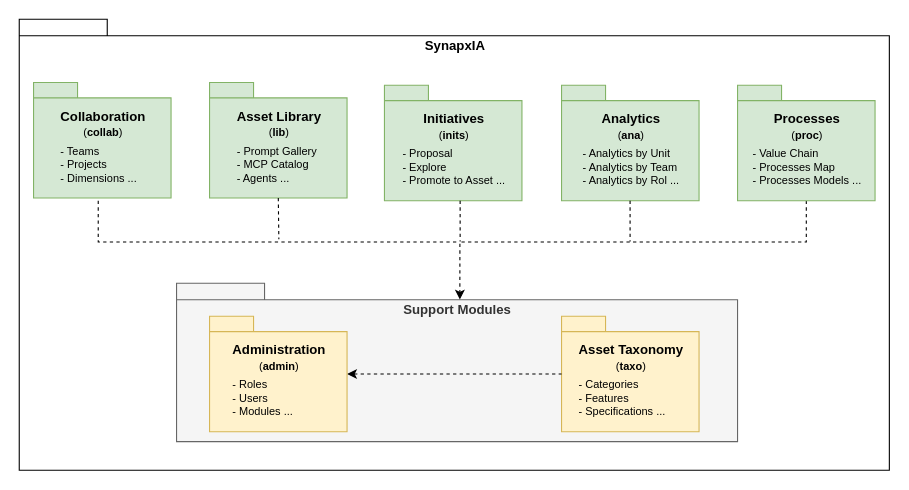
Earlier version of the draw.io diagram page "SynapxIA" (1 of 7) of docs/models.drawio (abc-flex/synapxia). Source tidied: cells renumbered, new cells numbered last; positions are measured from the earlier drawing's top-left corner, leaving out a move shared by most shapes. Both pictures are drawn from the tidied source at 110%, with x=0, y=0 at pixel (19, 19).
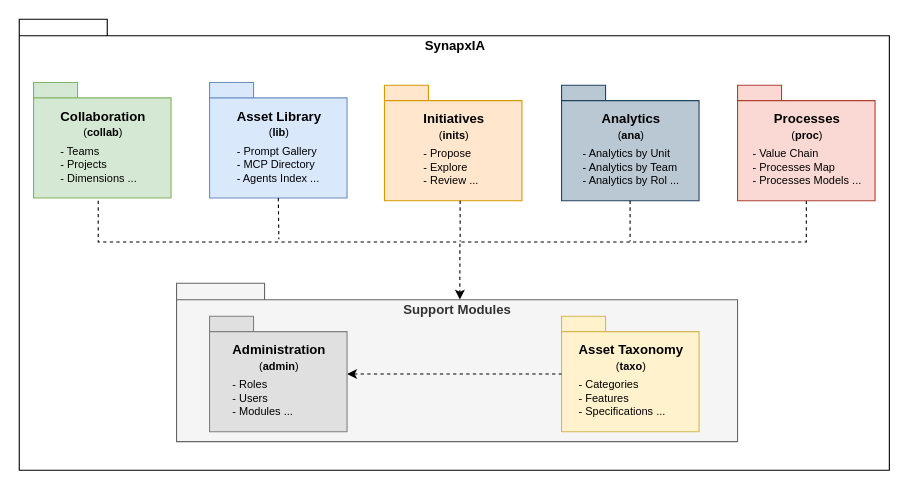
After the change.

Commit message (it also covers changes not shown here):
chore(db): modification of data models and email length

What changed in the source:
```diff
@@
-    <mxCell id="5" value="Asset Library&lt;br&gt;&lt;font style=&quot;font-size: 10px;&quot;&gt;&lt;span style=&quot;font-weight: normal;&quot;&gt;(&lt;/span&gt;lib&lt;/font&gt;&lt;font style=&quot;font-size: 10px;&quot;&gt;&lt;span style=&quot;font-weight: 400;&quot;&gt;)&lt;/span&gt;&lt;br&gt;&lt;div style=&quot;text-align: left; font-size: 4px;&quot;&gt;&lt;span style=&quot;font-weight: 400;&quot;&gt;&lt;br&gt;&lt;/span&gt;&lt;/div&gt;&lt;div style=&quot;text-align: left;&quot;&gt;&lt;span style=&quot;font-weight: 400;&quot;&gt;-&amp;nbsp;&lt;/span&gt;&lt;span style=&quot;font-weight: 400; background-color: transparent; color: light-dark(rgb(0, 0, 0), rgb(255, 255, 255));&quot;&gt;Prompt Gallery&lt;/span&gt;&lt;/div&gt;&lt;div style=&quot;text-align: left;&quot;&gt;&lt;span style=&quot;font-weight: 400;&quot;&gt;-&amp;nbsp;&lt;/span&gt;&lt;span style=&quot;font-weight: 400; background-color: transparent; color: light-dark(rgb(0, 0, 0), rgb(255, 255, 255));&quot;&gt;MCP Catalog&lt;/span&gt;&lt;/div&gt;&lt;div style=&quot;text-align: left;&quot;&gt;&lt;span style=&quot;font-weight: 400; background-color: transparent; color: light-dark(rgb(0, 0, 0), rgb(255, 255, 255));&quot;&gt;- Agents ...&lt;/span&gt;&lt;/div&gt;&lt;/font&gt;" style="shape=folder;fontStyle=1;spacingTop=12;tabWidth=40;tabHeight=14;tabPosition=left;html=1;fillColor=#d5e8d4;strokeColor=#82b366;" parent="1" vertex="1">
+    <mxCell id="5" value="Asset Library&lt;br&gt;&lt;font style=&quot;font-size: 10px;&quot;&gt;&lt;span style=&quot;font-weight: normal;&quot;&gt;(&lt;/span&gt;lib&lt;/font&gt;&lt;font style=&quot;font-size: 10px;&quot;&gt;&lt;span style=&quot;font-weight: 400;&quot;&gt;)&lt;/span&gt;&lt;br&gt;&lt;div style=&quot;text-align: left; font-size: 4px;&quot;&gt;&lt;span style=&quot;font-weight: 400;&quot;&gt;&lt;br&gt;&lt;/span&gt;&lt;/div&gt;&lt;div style=&quot;text-align: left;&quot;&gt;&lt;span style=&quot;font-weight: 400;&quot;&gt;-&amp;nbsp;&lt;/span&gt;&lt;span style=&quot;font-weight: 400; background-color: transparent; color: light-dark(rgb(0, 0, 0), rgb(255, 255, 255));&quot;&gt;Prompt Gallery&lt;/span&gt;&lt;/div&gt;&lt;div style=&quot;text-align: left;&quot;&gt;&lt;span style=&quot;font-weight: 400;&quot;&gt;-&amp;nbsp;&lt;/span&gt;&lt;span style=&quot;font-weight: 400; background-color: transparent; color: light-dark(rgb(0, 0, 0), rgb(255, 255, 255));&quot;&gt;MCP Directory&lt;/span&gt;&lt;/div&gt;&lt;div style=&quot;text-align: left;&quot;&gt;&lt;span style=&quot;font-weight: 400; background-color: transparent; color: light-dark(rgb(0, 0, 0), rgb(255, 255, 255));&quot;&gt;- Agents Index ...&lt;/span&gt;&lt;/div&gt;&lt;/font&gt;" style="shape=folder;fontStyle=1;spacingTop=12;tabWidth=40;tabHeight=14;tabPosition=left;html=1;fillColor=#dae8fc;strokeColor=#6c8ebf;" parent="1" vertex="1">
       <mxGeometry x="173" y="57.5" width="125" height="105" as="geometry" />
     </mxCell>
-    <mxCell id="6" value="Initiatives&lt;br&gt;&lt;font style=&quot;font-size: 10px;&quot;&gt;&lt;span style=&quot;font-weight: normal;&quot;&gt;(&lt;/span&gt;inits&lt;/font&gt;&lt;font style=&quot;font-size: 10px;&quot;&gt;&lt;span style=&quot;font-weight: 400;&quot;&gt;)&lt;/span&gt;&lt;br&gt;&lt;div style=&quot;text-align: left; font-size: 4px;&quot;&gt;&lt;span style=&quot;font-weight: 400;&quot;&gt;&lt;br&gt;&lt;/span&gt;&lt;/div&gt;&lt;div style=&quot;text-align: left;&quot;&gt;&lt;span style=&quot;font-weight: 400;&quot;&gt;-&amp;nbsp;&lt;/span&gt;&lt;span style=&quot;font-weight: 400; background-color: transparent; color: light-dark(rgb(0, 0, 0), rgb(255, 255, 255));&quot;&gt;Proposal&lt;/span&gt;&lt;/div&gt;&lt;div style=&quot;text-align: left;&quot;&gt;&lt;span style=&quot;font-weight: 400;&quot;&gt;-&amp;nbsp;&lt;/span&gt;&lt;span style=&quot;font-weight: 400; background-color: transparent; color: light-dark(rgb(0, 0, 0), rgb(255, 255, 255));&quot;&gt;Explore&lt;/span&gt;&lt;/div&gt;&lt;div style=&quot;text-align: left;&quot;&gt;&lt;span style=&quot;font-weight: 400; background-color: transparent; color: light-dark(rgb(0, 0, 0), rgb(255, 255, 255));&quot;&gt;- Promote to Asset ...&lt;/span&gt;&lt;/div&gt;&lt;/font&gt;" style="shape=folder;fontStyle=1;spacingTop=10;tabWidth=40;tabHeight=14;tabPosition=left;html=1;fillColor=#d5e8d4;strokeColor=#82b366;align=center;verticalAlign=middle;fontFamily=Helvetica;fontSize=12;fontColor=default;" parent="1" vertex="1">
+    <mxCell id="6" value="Initiatives&lt;br&gt;&lt;font style=&quot;font-size: 10px;&quot;&gt;&lt;span style=&quot;font-weight: normal;&quot;&gt;(&lt;/span&gt;inits&lt;/font&gt;&lt;font style=&quot;font-size: 10px;&quot;&gt;&lt;span style=&quot;font-weight: 400;&quot;&gt;)&lt;/span&gt;&lt;br&gt;&lt;div style=&quot;text-align: left; font-size: 4px;&quot;&gt;&lt;span style=&quot;font-weight: 400;&quot;&gt;&lt;br&gt;&lt;/span&gt;&lt;/div&gt;&lt;div style=&quot;text-align: left;&quot;&gt;&lt;span style=&quot;font-weight: 400;&quot;&gt;-&amp;nbsp;&lt;/span&gt;&lt;span style=&quot;font-weight: 400; background-color: transparent; color: light-dark(rgb(0, 0, 0), rgb(255, 255, 255));&quot;&gt;Propose&lt;/span&gt;&lt;/div&gt;&lt;div style=&quot;text-align: left;&quot;&gt;&lt;span style=&quot;font-weight: 400;&quot;&gt;-&amp;nbsp;&lt;/span&gt;&lt;span style=&quot;font-weight: 400; background-color: transparent; color: light-dark(rgb(0, 0, 0), rgb(255, 255, 255));&quot;&gt;Explore&lt;/span&gt;&lt;/div&gt;&lt;div style=&quot;text-align: left;&quot;&gt;&lt;span style=&quot;font-weight: 400; background-color: transparent; color: light-dark(rgb(0, 0, 0), rgb(255, 255, 255));&quot;&gt;- Review ...&lt;/span&gt;&lt;/div&gt;&lt;/font&gt;" style="shape=folder;fontStyle=1;spacingTop=10;tabWidth=40;tabHeight=14;tabPosition=left;html=1;fillColor=#ffe6cc;strokeColor=#d79b00;align=center;verticalAlign=middle;fontFamily=Helvetica;fontSize=12;" parent="1" vertex="1">
       <mxGeometry x="332" y="60" width="125" height="105" as="geometry" />
     </mxCell>
-    <mxCell id="7" value="Analytics&lt;br style=&quot;border-color: var(--border-color);&quot;&gt;&lt;font style=&quot;border-color: var(--border-color); font-size: 10px;&quot;&gt;&lt;span style=&quot;font-weight: normal;&quot;&gt;(&lt;/span&gt;&lt;/font&gt;&lt;font style=&quot;border-color: var(--border-color); font-size: 4px;&quot;&gt;&lt;span style=&quot;border-color: var(--border-color); font-size: 10px;&quot;&gt;ana&lt;/span&gt;&lt;span style=&quot;border-color: var(--border-color); font-size: 10px; font-weight: normal;&quot;&gt;)&lt;/span&gt;&lt;br style=&quot;border-color: var(--border-color);&quot;&gt;&lt;div style=&quot;border-color: var(--border-color); text-align: left;&quot;&gt;&lt;span style=&quot;border-color: var(--border-color); font-weight: 400;&quot;&gt;&lt;br style=&quot;border-color: var(--border-color);&quot;&gt;&lt;/span&gt;&lt;/div&gt;&lt;div style=&quot;border-color: var(--border-color); text-align: left;&quot;&gt;&lt;span style=&quot;border-color: var(--border-color); font-size: 10px; font-weight: normal; background-color: initial;&quot;&gt;- Analytics by Unit&lt;/span&gt;&lt;br style=&quot;border-color: var(--border-color);&quot;&gt;&lt;/div&gt;&lt;/font&gt;&lt;div style=&quot;border-color: var(--border-color); text-align: left; font-size: 10px;&quot;&gt;&lt;font style=&quot;border-color: var(--border-color); font-weight: normal;&quot;&gt;- &lt;/font&gt;&lt;span style=&quot;font-weight: 400; background-color: transparent; color: light-dark(rgb(0, 0, 0), rgb(255, 255, 255));&quot;&gt;Analytics by Team&lt;/span&gt;&lt;/div&gt;&lt;div style=&quot;border-color: var(--border-color); text-align: left; font-size: 10px;&quot;&gt;&lt;font style=&quot;border-color: var(--border-color); font-weight: normal;&quot;&gt;- Analytics by Rol ...&lt;/font&gt;&lt;/div&gt;" style="shape=folder;fontStyle=1;spacingTop=10;tabWidth=40;tabHeight=14;tabPosition=left;html=1;fillColor=#d5e8d4;strokeColor=#82b366;" parent="1" vertex="1">
+    <mxCell id="7" value="Analytics&lt;br style=&quot;border-color: var(--border-color);&quot;&gt;&lt;font style=&quot;border-color: var(--border-color); font-size: 10px;&quot;&gt;&lt;span style=&quot;font-weight: normal;&quot;&gt;(&lt;/span&gt;&lt;/font&gt;&lt;font style=&quot;border-color: var(--border-color); font-size: 4px;&quot;&gt;&lt;span style=&quot;border-color: var(--border-color); font-size: 10px;&quot;&gt;ana&lt;/span&gt;&lt;span style=&quot;border-color: var(--border-color); font-size: 10px; font-weight: normal;&quot;&gt;)&lt;/span&gt;&lt;br style=&quot;border-color: var(--border-color);&quot;&gt;&lt;div style=&quot;border-color: var(--border-color); text-align: left;&quot;&gt;&lt;span style=&quot;border-color: var(--border-color); font-weight: 400;&quot;&gt;&lt;br style=&quot;border-color: var(--border-color);&quot;&gt;&lt;/span&gt;&lt;/div&gt;&lt;div style=&quot;border-color: var(--border-color); text-align: left;&quot;&gt;&lt;span style=&quot;border-color: var(--border-color); font-size: 10px; font-weight: normal; background-color: initial;&quot;&gt;- Analytics by Unit&lt;/span&gt;&lt;br style=&quot;border-color: var(--border-color);&quot;&gt;&lt;/div&gt;&lt;/font&gt;&lt;div style=&quot;border-color: var(--border-color); text-align: left; font-size: 10px;&quot;&gt;&lt;font style=&quot;border-color: var(--border-color); font-weight: normal;&quot;&gt;- &lt;/font&gt;&lt;span style=&quot;font-weight: 400; background-color: transparent; color: light-dark(rgb(0, 0, 0), rgb(255, 255, 255));&quot;&gt;Analytics by Team&lt;/span&gt;&lt;/div&gt;&lt;div style=&quot;border-color: var(--border-color); text-align: left; font-size: 10px;&quot;&gt;&lt;font style=&quot;border-color: var(--border-color); font-weight: normal;&quot;&gt;- Analytics by Rol ...&lt;/font&gt;&lt;/div&gt;" style="shape=folder;fontStyle=1;spacingTop=10;tabWidth=40;tabHeight=14;tabPosition=left;html=1;fillColor=#bac8d3;strokeColor=#23445d;" parent="1" vertex="1">
       <mxGeometry x="493" y="60" width="125" height="105" as="geometry" />
     </mxCell>
@@
-    <mxCell id="10" value="Processes&lt;br style=&quot;border-color: var(--border-color);&quot;&gt;&lt;font style=&quot;border-color: var(--border-color); font-size: 10px;&quot;&gt;&lt;span style=&quot;font-weight: normal;&quot;&gt;(&lt;/span&gt;&lt;span style=&quot;border-color: var(--border-color);&quot;&gt;proc&lt;/span&gt;&lt;/font&gt;&lt;font style=&quot;border-color: var(--border-color); font-weight: normal;&quot;&gt;&lt;font style=&quot;font-size: 10px;&quot;&gt;)&lt;/font&gt;&lt;br style=&quot;border-color: var(--border-color);&quot;&gt;&lt;/font&gt;&lt;div style=&quot;border-color: var(--border-color); text-align: left; font-size: 4px;&quot;&gt;&lt;font style=&quot;border-color: var(--border-color);&quot;&gt;&lt;br style=&quot;border-color: var(--border-color);&quot;&gt;&lt;/font&gt;&lt;/div&gt;&lt;div style=&quot;border-color: var(--border-color); text-align: left; font-size: 4px;&quot;&gt;&lt;span style=&quot;border-color: var(--border-color); font-weight: normal;&quot;&gt;&lt;font style=&quot;border-color: var(--border-color); font-size: 10px;&quot;&gt;- Value Chain&lt;/font&gt;&lt;/span&gt;&lt;/div&gt;&lt;div style=&quot;border-color: var(--border-color); text-align: left; font-size: 10px;&quot;&gt;&lt;span style=&quot;border-color: var(--border-color); font-weight: normal;&quot;&gt;- Processes Map&lt;/span&gt;&lt;/div&gt;&lt;div style=&quot;border-color: var(--border-color); text-align: left; font-size: 10px;&quot;&gt;&lt;span style=&quot;font-weight: 400;&quot;&gt;-&amp;nbsp;&lt;/span&gt;&lt;span style=&quot;font-weight: 400; background-color: transparent; color: light-dark(rgb(0, 0, 0), rgb(255, 255, 255));&quot;&gt;Processes Models&amp;nbsp;&lt;/span&gt;&lt;span style=&quot;font-weight: 400; background-color: transparent; color: light-dark(rgb(0, 0, 0), rgb(255, 255, 255));&quot;&gt;...&lt;/span&gt;&lt;/div&gt;" style="shape=folder;fontStyle=1;spacingTop=10;tabWidth=40;tabHeight=14;tabPosition=left;html=1;fillColor=#d5e8d4;strokeColor=#82b366;" parent="1" vertex="1">
+    <mxCell id="10" value="Processes&lt;br style=&quot;border-color: var(--border-color);&quot;&gt;&lt;font style=&quot;border-color: var(--border-color); font-size: 10px;&quot;&gt;&lt;span style=&quot;font-weight: normal;&quot;&gt;(&lt;/span&gt;&lt;span style=&quot;border-color: var(--border-color);&quot;&gt;proc&lt;/span&gt;&lt;/font&gt;&lt;font style=&quot;border-color: var(--border-color); font-weight: normal;&quot;&gt;&lt;font style=&quot;font-size: 10px;&quot;&gt;)&lt;/font&gt;&lt;br style=&quot;border-color: var(--border-color);&quot;&gt;&lt;/font&gt;&lt;div style=&quot;border-color: var(--border-color); text-align: left; font-size: 4px;&quot;&gt;&lt;font style=&quot;border-color: var(--border-color);&quot;&gt;&lt;br style=&quot;border-color: var(--border-color);&quot;&gt;&lt;/font&gt;&lt;/div&gt;&lt;div style=&quot;border-color: var(--border-color); text-align: left; font-size: 4px;&quot;&gt;&lt;span style=&quot;border-color: var(--border-color); font-weight: normal;&quot;&gt;&lt;font style=&quot;border-color: var(--border-color); font-size: 10px;&quot;&gt;- Value Chain&lt;/font&gt;&lt;/span&gt;&lt;/div&gt;&lt;div style=&quot;border-color: var(--border-color); text-align: left; font-size: 10px;&quot;&gt;&lt;span style=&quot;border-color: var(--border-color); font-weight: normal;&quot;&gt;- Processes Map&lt;/span&gt;&lt;/div&gt;&lt;div style=&quot;border-color: var(--border-color); text-align: left; font-size: 10px;&quot;&gt;&lt;span style=&quot;font-weight: 400;&quot;&gt;-&amp;nbsp;&lt;/span&gt;&lt;span style=&quot;font-weight: 400; background-color: transparent; color: light-dark(rgb(0, 0, 0), rgb(255, 255, 255));&quot;&gt;Processes Models&amp;nbsp;&lt;/span&gt;&lt;span style=&quot;font-weight: 400; background-color: transparent; color: light-dark(rgb(0, 0, 0), rgb(255, 255, 255));&quot;&gt;...&lt;/span&gt;&lt;/div&gt;" style="shape=folder;fontStyle=1;spacingTop=10;tabWidth=40;tabHeight=14;tabPosition=left;html=1;fillColor=#fad9d5;strokeColor=#ae4132;" parent="1" vertex="1">
       <mxGeometry x="653" y="60" width="125" height="105" as="geometry" />
     </mxCell>
@@
-    <mxCell id="12" value="Administration&lt;br style=&quot;border-color: rgb(218, 218, 218);&quot;&gt;&lt;font style=&quot;border-color: rgb(218, 218, 218); font-size: 10px;&quot;&gt;&lt;span style=&quot;font-weight: normal;&quot;&gt;(&lt;/span&gt;admin&lt;/font&gt;&lt;span style=&quot;border-color: rgb(218, 218, 218); font-size: 4px;&quot;&gt;&lt;span style=&quot;font-size: 10px; font-weight: normal;&quot;&gt;)&lt;/span&gt;&lt;br&gt;&lt;div style=&quot;font-weight: normal; text-align: left;&quot;&gt;&lt;br&gt;&lt;/div&gt;&lt;div style=&quot;font-size: 10px; font-weight: normal; text-align: left;&quot;&gt;- Roles&lt;/div&gt;&lt;div style=&quot;font-size: 10px; font-weight: normal; text-align: left;&quot;&gt;- Users&lt;/div&gt;&lt;div style=&quot;font-size: 10px; font-weight: normal; text-align: left;&quot;&gt;&lt;span style=&quot;background-color: transparent; color: light-dark(rgb(0, 0, 0), rgb(255, 255, 255));&quot;&gt;- Modules ...&lt;/span&gt;&lt;/div&gt;&lt;/span&gt;" style="shape=folder;fontStyle=1;spacingTop=10;tabWidth=40;tabHeight=14;tabPosition=left;html=1;fillColor=#fff2cc;strokeColor=#d6b656;" parent="1" vertex="1">
+    <mxCell id="12" value="Administration&lt;br style=&quot;border-color: rgb(218, 218, 218);&quot;&gt;&lt;font style=&quot;border-color: rgb(218, 218, 218); font-size: 10px;&quot;&gt;&lt;span style=&quot;font-weight: normal;&quot;&gt;(&lt;/span&gt;admin&lt;/font&gt;&lt;span style=&quot;border-color: rgb(218, 218, 218); font-size: 4px;&quot;&gt;&lt;span style=&quot;font-size: 10px; font-weight: normal;&quot;&gt;)&lt;/span&gt;&lt;br&gt;&lt;div style=&quot;font-weight: normal; text-align: left;&quot;&gt;&lt;br&gt;&lt;/div&gt;&lt;div style=&quot;font-size: 10px; font-weight: normal; text-align: left;&quot;&gt;- Roles&lt;/div&gt;&lt;div style=&quot;font-size: 10px; font-weight: normal; text-align: left;&quot;&gt;- Users&lt;/div&gt;&lt;div style=&quot;font-size: 10px; font-weight: normal; text-align: left;&quot;&gt;&lt;span style=&quot;background-color: transparent; color: light-dark(rgb(0, 0, 0), rgb(255, 255, 255));&quot;&gt;- Modules ...&lt;/span&gt;&lt;/div&gt;&lt;/span&gt;" style="shape=folder;fontStyle=1;spacingTop=10;tabWidth=40;tabHeight=14;tabPosition=left;html=1;fillColor=light-dark(#e0e0e0, #281d00);strokeColor=light-dark(#808080,#281D00);" parent="1" vertex="1">
       <mxGeometry x="173" y="270" width="125" height="105" as="geometry" />
     </mxCell>
```
